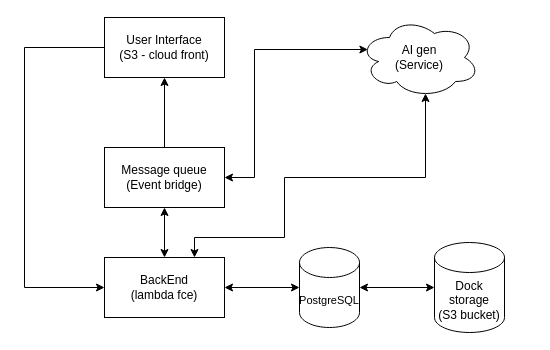
favhack/suburban keeps this draw.io diagram as docs/architektura.drawio. Above is the earlier version. Source tidied: cells renumbered, new cells numbered last; positions are measured from the earlier drawing's top-left corner, leaving out a move shared by most shapes. Both pictures are drawn from the tidied source at 100%, with x=0, y=0 at pixel (24, 17).
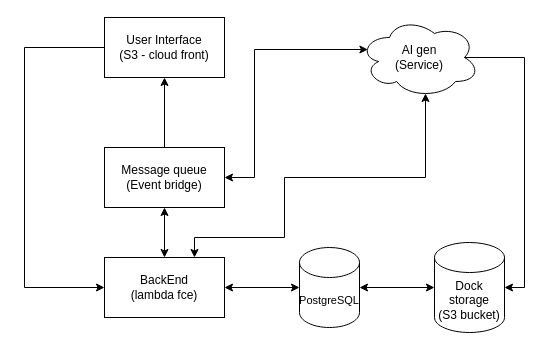
The same page after the edit.

Commit message:
Architecture diagram 2.0

The change refers to these unchanged cells:
```xml
<mxCell id="10" value="Dock storage&lt;div&gt;(S3 bucket)&lt;/div&gt;" style="shape=cylinder3;whiteSpace=wrap;html=1;boundedLbl=1;backgroundOutline=1;size=15;" parent="1" vertex="1">
  <mxGeometry x="410" y="225" width="70" height="90" as="geometry" />
</mxCell>
<mxCell id="11" value="AI gen&lt;div&gt;(Service)&lt;/div&gt;" style="ellipse;shape=cloud;whiteSpace=wrap;html=1;" parent="1" vertex="1">
  <mxGeometry x="335" width="120" height="80" as="geometry" />
</mxCell>
```

Diff of the diagram source:
```diff
@@
+    <mxCell id="15" style="edgeStyle=orthogonalEdgeStyle;rounded=0;jettySize=auto;html=1;exitX=0.875;exitY=0.5;exitDx=0;exitDy=0;exitPerimeter=0;entryX=1;entryY=0.5;entryDx=0;entryDy=0;entryPerimeter=0;" parent="1" edge="1" source="11" target="10">
+      <mxGeometry relative="1" as="geometry">
+        <Array as="points">
+          <mxPoint x="500" y="40" />
+          <mxPoint x="500" y="270" />
+        </Array>
+      </mxGeometry>
+    </mxCell>
```
